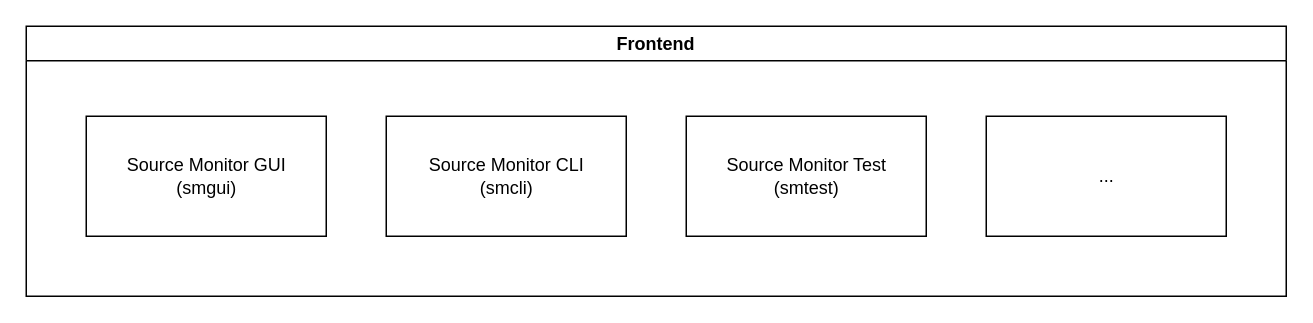
Earlier version of the draw.io diagram Images/frontend.drawio (SourceMonitor/SM-Info). Source tidied: cells renumbered, new cells numbered last; positions are measured from the earlier drawing's top-left corner, leaving out a move shared by most shapes. Both pictures are drawn from the tidied source at 150%, with x=0, y=0 at pixel (26, 26).
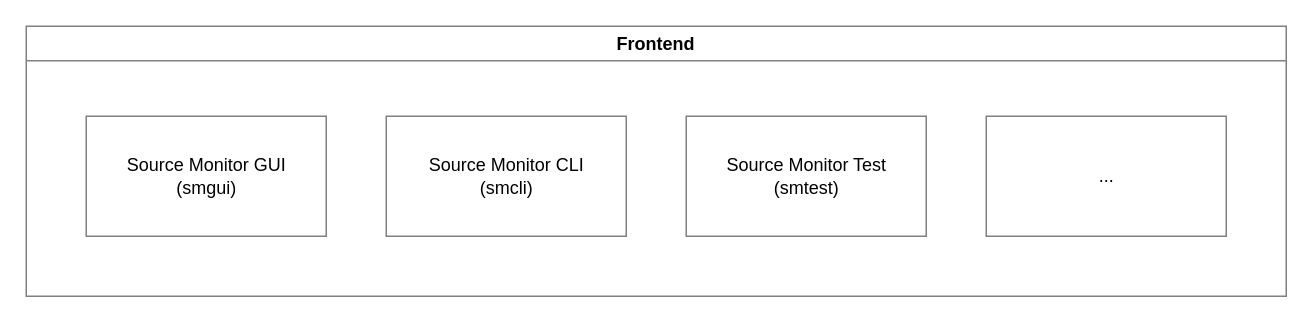
The same diagram, later.

What changed in the source:
```diff
@@
 <mxGraphModel>
   <root>
     <mxCell id="0" />
     <mxCell id="1" parent="0" />
-    <mxCell id="2" value="Frontend" style="swimlane;fillColor=none;" parent="1" vertex="1">
+    <mxCell id="2" value="Frontend" style="swimlane;fillColor=none;strokeColor=#808080;" parent="1" vertex="1">
       <mxGeometry width="840" height="180" as="geometry" />
     </mxCell>
-    <mxCell id="3" value="Source Monitor CLI&lt;br&gt;(smcli)" style="html=1;dashed=0;whitespace=wrap;fillColor=none;" parent="2" vertex="1">
+    <mxCell id="3" value="Source Monitor CLI&lt;br&gt;(smcli)" style="html=1;dashed=0;whitespace=wrap;fillColor=none;strokeColor=#808080;" parent="2" vertex="1">
       <mxGeometry x="240" y="60" width="160" height="80" as="geometry" />
     </mxCell>
-    <mxCell id="4" value="Source Monitor GUI&lt;br&gt;(smgui)" style="html=1;dashed=0;whitespace=wrap;fillColor=none;" parent="2" vertex="1">
+    <mxCell id="4" value="Source Monitor GUI&lt;br&gt;(smgui)" style="html=1;dashed=0;whitespace=wrap;fillColor=none;strokeColor=#808080;" parent="2" vertex="1">
       <mxGeometry x="40" y="60" width="160" height="80" as="geometry" />
     </mxCell>
-    <mxCell id="5" value="Source Monitor Test&lt;br&gt;(smtest)" style="html=1;dashed=0;whitespace=wrap;fillColor=none;" parent="2" vertex="1">
+    <mxCell id="5" value="Source Monitor Test&lt;br&gt;(smtest)" style="html=1;dashed=0;whitespace=wrap;fillColor=none;strokeColor=#808080;" parent="2" vertex="1">
       <mxGeometry x="440" y="60" width="160" height="80" as="geometry" />
     </mxCell>
-    <mxCell id="6" value="..." style="html=1;dashed=0;whitespace=wrap;fillColor=none;" parent="2" vertex="1">
+    <mxCell id="6" value="..." style="html=1;dashed=0;whitespace=wrap;fillColor=none;strokeColor=#808080;" parent="2" vertex="1">
       <mxGeometry x="640" y="60" width="160" height="80" as="geometry" />
     </mxCell>
   </root>
 </mxGraphModel>
```
